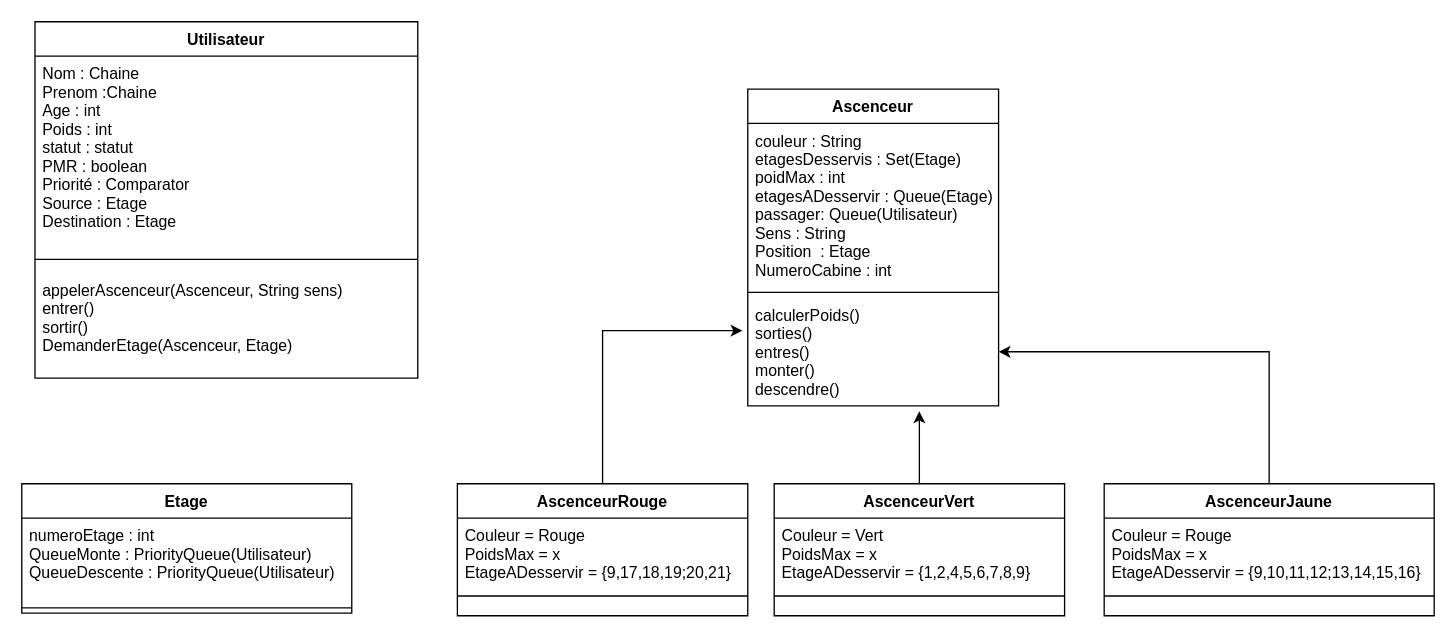
Earlier version of the draw.io diagram Untitled Diagram.drawio (da-ekchajzer/POO_Ascenseur). Source tidied: cells renumbered, new cells numbered last; positions are measured from the earlier drawing's top-left corner, leaving out a move shared by most shapes. Both pictures are drawn from the tidied source at 132%, with x=0, y=0 at pixel (21, 21).
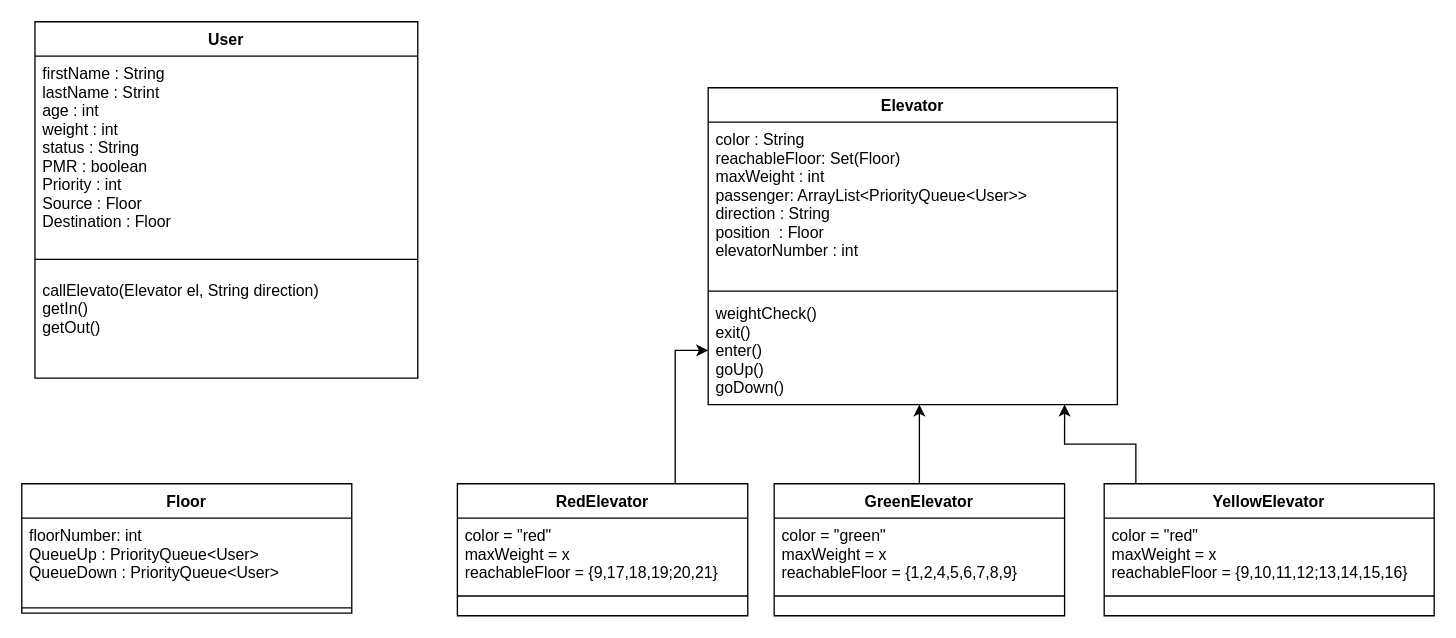
The same diagram, later.

Change to the diagram source:
```diff
@@
-    <mxCell id="2" value="Utilisateur" style="swimlane;fontStyle=1;align=center;verticalAlign=top;horizontal=1;startSize=26;" parent="1" vertex="1">
+    <mxCell id="2" value="User" style="swimlane;fontStyle=1;align=center;verticalAlign=top;horizontal=1;startSize=26;" parent="1" vertex="1">
       <mxGeometry x="10" width="290" height="270" as="geometry" />
     </mxCell>
-    <mxCell id="3" value="Nom : Chaine&#10;Prenom :Chaine&#10;Age : int&#10;Poids : int&#10;statut : statut&#10;PMR : boolean&#10;Priorité : Comparator&#10;Source : Etage&#10;Destination : Etage&#10;&#10;" style="text;strokeColor=none;fillColor=none;align=left;verticalAlign=top;spacingLeft=4;spacingRight=4;overflow=hidden;" parent="2" vertex="1">
+    <mxCell id="3" value="firstName : String&#10;lastName : Strint&#10;age : int&#10;weight : int&#10;status : String&#10;PMR : boolean&#10;Priority : int&#10;Source : Floor&#10;Destination : Floor&#10;&#10;" style="text;strokeColor=none;fillColor=none;align=left;verticalAlign=top;spacingLeft=4;spacingRight=4;overflow=hidden;" parent="2" vertex="1">
       <mxGeometry y="26" width="290" height="144" as="geometry" />
     </mxCell>
@@
-    <mxCell id="5" value="appelerAscenceur(Ascenceur, String sens)&#10;entrer()&#10;sortir()&#10;DemanderEtage(Ascenceur, Etage)&#10;&#10;" style="text;strokeColor=none;fillColor=none;align=left;verticalAlign=top;spacingLeft=4;spacingRight=4;overflow=hidden;" parent="2" vertex="1">
+    <mxCell id="5" value="callElevato(Elevator el, String direction)&#10;getIn()&#10;getOut()&#10;&#10;&#10;" style="text;strokeColor=none;fillColor=none;align=left;verticalAlign=top;spacingLeft=4;spacingRight=4;overflow=hidden;" parent="2" vertex="1">
       <mxGeometry y="190" width="290" height="80" as="geometry" />
     </mxCell>
-    <mxCell id="6" value="Ascenceur" style="swimlane;fontStyle=1;align=center;verticalAlign=top;horizontal=1;startSize=26;" parent="1" vertex="1">
-      <mxGeometry x="550" y="51" width="190" height="240" as="geometry" />
+    <mxCell id="6" value="Elevator" style="swimlane;fontStyle=1;align=center;verticalAlign=top;horizontal=1;startSize=26;" parent="1" vertex="1">
+      <mxGeometry x="520" y="50" width="310" height="240" as="geometry" />
     </mxCell>
-    <mxCell id="7" value="couleur : String&#10;etagesDesservis : Set(Etage)&#10;poidMax : int&#10;etagesADesservir : Queue(Etage)&#10;passager: Queue(Utilisateur)&#10;Sens : String&#10;Position  : Etage&#10;NumeroCabine : int&#10;&#10;&#10;" style="text;strokeColor=none;fillColor=none;align=left;verticalAlign=top;spacingLeft=4;spacingRight=4;overflow=hidden;" parent="6" vertex="1">
-      <mxGeometry y="26" width="190" height="124" as="geometry" />
+    <mxCell id="7" value="color : String&#10;reachableFloor: Set(Floor)&#10;maxWeight : int&#10;passenger: ArrayList&lt;PriorityQueue&lt;User&gt;&gt;&#10;direction : String&#10;position  : Floor&#10;elevatorNumber : int&#10;&#10;&#10;" style="text;strokeColor=none;fillColor=none;align=left;verticalAlign=top;spacingLeft=4;spacingRight=4;overflow=hidden;" parent="6" vertex="1">
+      <mxGeometry y="26" width="310" height="124" as="geometry" />
     </mxCell>
     <mxCell id="8" style="line;strokeWidth=1;fillColor=none;align=left;verticalAlign=middle;spacingTop=-1;spacingLeft=3;spacingRight=3;labelPosition=right;" parent="6" vertex="1">
-      <mxGeometry y="150" width="190" height="8" as="geometry" />
+      <mxGeometry y="150" width="310" height="8" as="geometry" />
     </mxCell>
-    <mxCell id="9" value="calculerPoids()&#10;sorties()&#10;entres()&#10;monter()&#10;descendre()&#10;" style="text;strokeColor=none;fillColor=none;align=left;verticalAlign=top;spacingLeft=4;spacingRight=4;overflow=hidden;points=[[0,0.5],[1,0.5]];portConstraint=eastwest;" parent="6" vertex="1">
-      <mxGeometry y="158" width="190" height="82" as="geometry" />
+    <mxCell id="9" value="weightCheck()&#10;exit()&#10;enter()&#10;goUp()&#10;goDown()&#10;" style="text;strokeColor=none;fillColor=none;align=left;verticalAlign=top;spacingLeft=4;spacingRight=4;overflow=hidden;points=[[0,0.5],[1,0.5]];portConstraint=eastwest;" parent="6" vertex="1">
+      <mxGeometry y="158" width="310" height="82" as="geometry" />
     </mxCell>
-    <mxCell id="10" style="edgeStyle=orthogonalEdgeStyle;rounded=0;jettySize=auto;html=1;entryX=0.684;entryY=1.049;entryDx=0;entryDy=0;entryPerimeter=0;" parent="1" edge="1" source="11" target="9">
+    <mxCell id="10" style="edgeStyle=orthogonalEdgeStyle;rounded=0;jettySize=auto;html=1;" parent="1" edge="1" source="11">
       <mxGeometry relative="1" as="geometry">
+        <mxPoint x="680" y="290" as="targetPoint" />
         <Array as="points">
           <mxPoint x="680" y="310" />
           <mxPoint x="680" y="310" />
         </Array>
       </mxGeometry>
     </mxCell>
-    <mxCell id="11" value="AscenceurVert" style="swimlane;fontStyle=1;align=center;verticalAlign=top;horizontal=1;startSize=26;" parent="1" vertex="1">
+    <mxCell id="11" value="GreenElevator" style="swimlane;fontStyle=1;align=center;verticalAlign=top;horizontal=1;startSize=26;" parent="1" vertex="1">
       <mxGeometry x="570" y="350" width="220" height="100" as="geometry" />
     </mxCell>
-    <mxCell id="12" value="Couleur = Vert&#10;PoidsMax = x&#10;EtageADesservir = {1,2,4,5,6,7,8,9}&#10;&#10;" style="text;strokeColor=none;fillColor=none;align=left;verticalAlign=top;spacingLeft=4;spacingRight=4;overflow=hidden;" parent="11" vertex="1">
+    <mxCell id="12" value="color = &quot;green&quot;&#10;maxWeight = x&#10;reachableFloor = {1,2,4,5,6,7,8,9}&#10;&#10;" style="text;strokeColor=none;fillColor=none;align=left;verticalAlign=top;spacingLeft=4;spacingRight=4;overflow=hidden;" parent="11" vertex="1">
       <mxGeometry y="26" width="220" height="44" as="geometry" />
     </mxCell>
@@
-    <mxCell id="14" style="edgeStyle=orthogonalEdgeStyle;rounded=0;jettySize=auto;html=1;entryX=-0.021;entryY=0.305;entryDx=0;entryDy=0;entryPerimeter=0;" parent="1" edge="1" source="15" target="9">
+    <mxCell id="14" style="edgeStyle=orthogonalEdgeStyle;rounded=0;jettySize=auto;html=1;exitX=0.75;exitY=0;exitDx=0;exitDy=0;entryX=0;entryY=0.5;entryDx=0;entryDy=0;" parent="1" edge="1" source="15" target="9">
       <mxGeometry relative="1" as="geometry" />
     </mxCell>
-    <mxCell id="15" value="AscenceurRouge" style="swimlane;fontStyle=1;align=center;verticalAlign=top;horizontal=1;startSize=26;" parent="1" vertex="1">
+    <mxCell id="15" value="RedElevator" style="swimlane;fontStyle=1;align=center;verticalAlign=top;horizontal=1;startSize=26;" parent="1" vertex="1">
       <mxGeometry x="330" y="350" width="220" height="100" as="geometry" />
     </mxCell>
-    <mxCell id="16" value="Couleur = Rouge&#10;PoidsMax = x&#10;EtageADesservir = {9,17,18,19;20,21}&#10;&#10;" style="text;strokeColor=none;fillColor=none;align=left;verticalAlign=top;spacingLeft=4;spacingRight=4;overflow=hidden;" parent="15" vertex="1">
+    <mxCell id="16" value="color = &quot;red&quot;&#10;maxWeight = x&#10;reachableFloor = {9,17,18,19;20,21}&#10;&#10;" style="text;strokeColor=none;fillColor=none;align=left;verticalAlign=top;spacingLeft=4;spacingRight=4;overflow=hidden;" parent="15" vertex="1">
       <mxGeometry y="26" width="220" height="44" as="geometry" />
     </mxCell>
@@
-    <mxCell id="18" style="edgeStyle=orthogonalEdgeStyle;rounded=0;jettySize=auto;html=1;entryX=1;entryY=0.5;entryDx=0;entryDy=0;" parent="1" edge="1" source="19" target="9">
+    <mxCell id="18" style="edgeStyle=orthogonalEdgeStyle;rounded=0;jettySize=auto;html=1;entryX=0.871;entryY=1;entryDx=0;entryDy=0;entryPerimeter=0;exitX=0.096;exitY=0.01;exitDx=0;exitDy=0;exitPerimeter=0;" parent="1" edge="1" source="19" target="9">
       <mxGeometry relative="1" as="geometry" />
     </mxCell>
-    <mxCell id="19" value="AscenceurJaune" style="swimlane;fontStyle=1;align=center;verticalAlign=top;horizontal=1;startSize=26;" parent="1" vertex="1">
+    <mxCell id="19" value="YellowElevator" style="swimlane;fontStyle=1;align=center;verticalAlign=top;horizontal=1;startSize=26;" parent="1" vertex="1">
       <mxGeometry x="820" y="350" width="250" height="100" as="geometry" />
     </mxCell>
-    <mxCell id="20" value="Couleur = Rouge&#10;PoidsMax = x&#10;EtageADesservir = {9,10,11,12;13,14,15,16}&#10;&#10;" style="text;strokeColor=none;fillColor=none;align=left;verticalAlign=top;spacingLeft=4;spacingRight=4;overflow=hidden;" parent="19" vertex="1">
+    <mxCell id="20" value="color = &quot;red&quot;&#10;maxWeight = x&#10;reachableFloor = {9,10,11,12;13,14,15,16}&#10;&#10;" style="text;strokeColor=none;fillColor=none;align=left;verticalAlign=top;spacingLeft=4;spacingRight=4;overflow=hidden;" parent="19" vertex="1">
       <mxGeometry y="26" width="250" height="44" as="geometry" />
     </mxCell>
@@
-    <mxCell id="22" value="Etage" style="swimlane;fontStyle=1;align=center;verticalAlign=top;horizontal=1;startSize=26;" parent="1" vertex="1">
+    <mxCell id="22" value="Floor" style="swimlane;fontStyle=1;align=center;verticalAlign=top;horizontal=1;startSize=26;" parent="1" vertex="1">
       <mxGeometry y="350" width="250" height="98" as="geometry" />
     </mxCell>
-    <mxCell id="23" value="numeroEtage : int&#10;QueueMonte : PriorityQueue(Utilisateur)&#10;QueueDescente : PriorityQueue(Utilisateur)&#10;" style="text;strokeColor=none;fillColor=none;align=left;verticalAlign=top;spacingLeft=4;spacingRight=4;overflow=hidden;" parent="22" vertex="1">
+    <mxCell id="23" value="floorNumber: int&#10;QueueUp : PriorityQueue&lt;User&gt;&#10;QueueDown : PriorityQueue&lt;User&gt;&#10;" style="text;strokeColor=none;fillColor=none;align=left;verticalAlign=top;spacingLeft=4;spacingRight=4;overflow=hidden;" parent="22" vertex="1">
       <mxGeometry y="26" width="250" height="64" as="geometry" />
     </mxCell>
```
